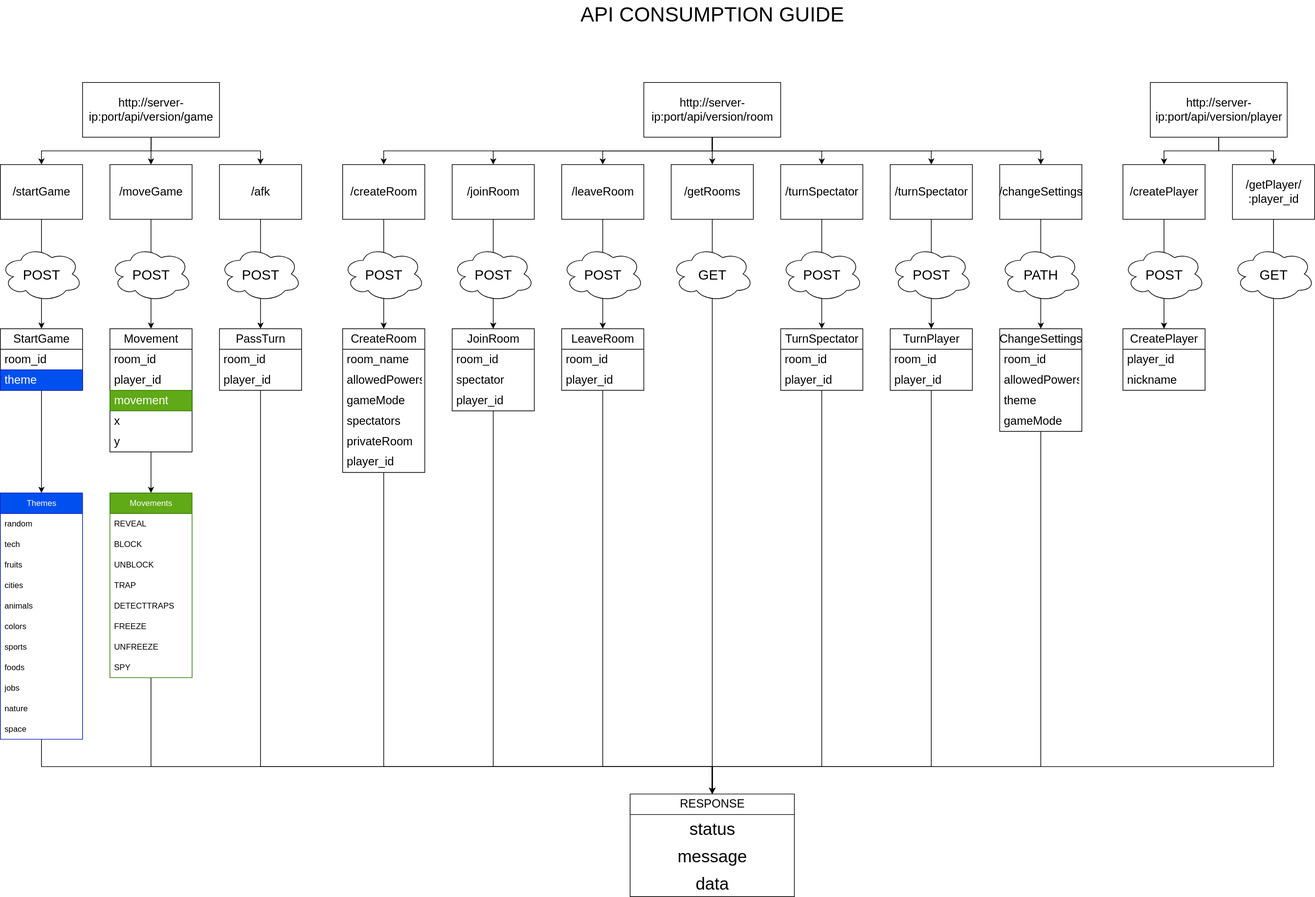
Earlier version of the draw.io export diagrams/ApiConsumptionGuide.drawio.svg (Zidan-09/Letra-a-Letra). Source tidied: cells renumbered, new cells last; positions are measured from the earlier drawing's top-left corner, leaving out a move shared by most shapes.
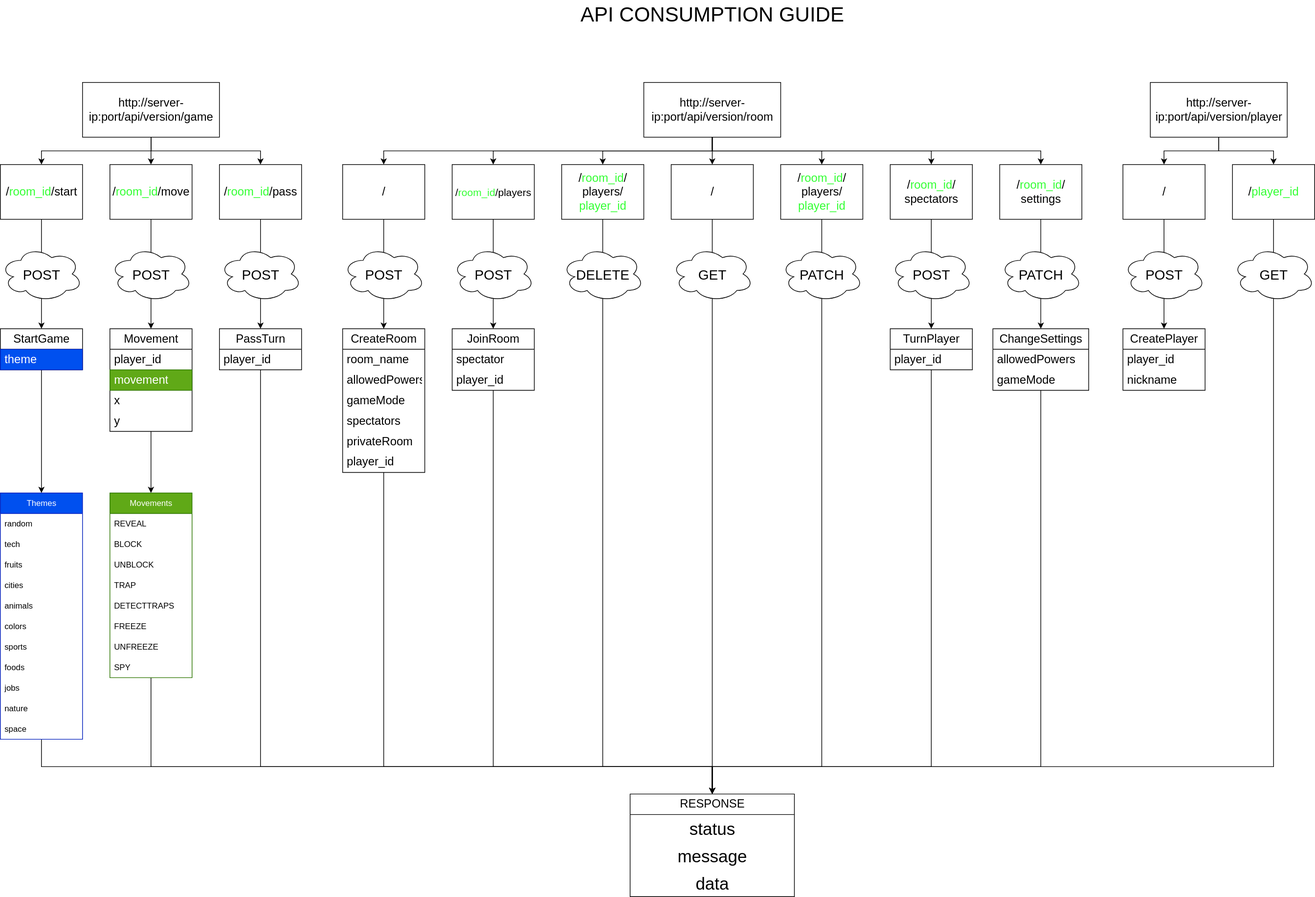
After the commit.

Commit message:
UPDATE - Updated diagram for new routes

The edit, as a diff of the source:
```diff
@@ -85,3 +85,3 @@
     </mxCell>
-    <mxCell id="19" value="&lt;span style=&quot;font-size: 17px;&quot;&gt;/startGame&lt;/span&gt;" style="rounded=0;whiteSpace=wrap;html=1;" parent="1" vertex="1">
+    <mxCell id="19" value="&lt;span style=&quot;font-size: 17px;&quot;&gt;/&lt;font style=&quot;color: rgb(51, 255, 51);&quot;&gt;room_id&lt;/font&gt;/start&lt;/span&gt;" style="rounded=0;whiteSpace=wrap;html=1;" parent="1" vertex="1">
       <mxGeometry y="240" width="120" height="80" as="geometry" />
@@ -91,3 +91,3 @@
     </mxCell>
-    <mxCell id="21" value="&lt;span style=&quot;font-size: 17px;&quot;&gt;/moveGame&lt;/span&gt;" style="rounded=0;whiteSpace=wrap;html=1;" parent="1" vertex="1">
+    <mxCell id="21" value="&lt;span style=&quot;font-size: 17px;&quot;&gt;/&lt;font style=&quot;color: rgb(51, 255, 51);&quot;&gt;room_id&lt;/font&gt;/move&lt;/span&gt;" style="rounded=0;whiteSpace=wrap;html=1;" parent="1" vertex="1">
       <mxGeometry x="160" y="240" width="120" height="80" as="geometry" />
@@ -97,3 +97,3 @@
     </mxCell>
-    <mxCell id="23" value="&lt;span style=&quot;font-size: 17px;&quot;&gt;/afk&lt;/span&gt;" style="rounded=0;whiteSpace=wrap;html=1;" parent="1" vertex="1">
+    <mxCell id="23" value="&lt;span style=&quot;font-size: 17px;&quot;&gt;/&lt;font style=&quot;color: rgb(51, 255, 51);&quot;&gt;room_id&lt;/font&gt;/pass&lt;/span&gt;" style="rounded=0;whiteSpace=wrap;html=1;" parent="1" vertex="1">
       <mxGeometry x="320" y="240" width="120" height="80" as="geometry" />
@@ -103,3 +103,3 @@
     </mxCell>
-    <mxCell id="25" value="&lt;span style=&quot;font-size: 17px;&quot;&gt;/createRoom&lt;/span&gt;" style="rounded=0;whiteSpace=wrap;html=1;" parent="1" vertex="1">
+    <mxCell id="25" value="&lt;span style=&quot;font-size: 17px;&quot;&gt;/&lt;/span&gt;" style="rounded=0;whiteSpace=wrap;html=1;" parent="1" vertex="1">
       <mxGeometry x="500" y="240" width="120" height="80" as="geometry" />
@@ -109,3 +109,3 @@
     </mxCell>
-    <mxCell id="27" value="&lt;span style=&quot;font-size: 17px;&quot;&gt;/joinRoom&lt;/span&gt;" style="rounded=0;whiteSpace=wrap;html=1;" parent="1" vertex="1">
+    <mxCell id="27" value="&lt;font style=&quot;font-size: 15px;&quot;&gt;/&lt;font style=&quot;color: rgb(51, 255, 51);&quot;&gt;room_id&lt;/font&gt;/players&lt;/font&gt;" style="rounded=0;whiteSpace=wrap;html=1;" parent="1" vertex="1">
       <mxGeometry x="660" y="240" width="120" height="80" as="geometry" />
@@ -115,9 +115,6 @@
     </mxCell>
-    <mxCell id="29" value="&lt;span style=&quot;font-size: 17px;&quot;&gt;/getRooms&lt;/span&gt;" style="rounded=0;whiteSpace=wrap;html=1;" parent="1" vertex="1">
+    <mxCell id="29" value="&lt;span style=&quot;font-size: 17px;&quot;&gt;/&lt;/span&gt;" style="rounded=0;whiteSpace=wrap;html=1;" parent="1" vertex="1">
       <mxGeometry x="980" y="240" width="120" height="80" as="geometry" />
     </mxCell>
-    <mxCell id="30" style="edgeStyle=orthogonalEdgeStyle;rounded=0;jettySize=auto;html=1;entryX=0.5;entryY=0;entryDx=0;entryDy=0;" parent="1" edge="1" source="31" target="71">
-      <mxGeometry relative="1" as="geometry" />
-    </mxCell>
-    <mxCell id="31" value="&lt;span style=&quot;font-size: 17px;&quot;&gt;/leaveRoom&lt;/span&gt;" style="rounded=0;whiteSpace=wrap;html=1;" parent="1" vertex="1">
+    <mxCell id="31" value="&lt;span style=&quot;font-size: 17px;&quot;&gt;/&lt;font style=&quot;color: rgb(51, 255, 51);&quot;&gt;room_id&lt;/font&gt;/&lt;/span&gt;&lt;div&gt;&lt;span style=&quot;font-size: 17px;&quot;&gt;players/&lt;/span&gt;&lt;/div&gt;&lt;div&gt;&lt;span style=&quot;font-size: 17px;&quot;&gt;&lt;font style=&quot;color: rgb(51, 255, 51);&quot;&gt;player_id&lt;/font&gt;&lt;/span&gt;&lt;/div&gt;" style="rounded=0;whiteSpace=wrap;html=1;" parent="1" vertex="1">
       <mxGeometry x="820" y="240" width="120" height="80" as="geometry" />
@@ -132,3 +129,3 @@
     </mxCell>
-    <mxCell id="33" value="&lt;span style=&quot;font-size: 17px;&quot;&gt;/getPlayer/ :player_id&lt;/span&gt;" style="rounded=0;whiteSpace=wrap;html=1;" parent="1" vertex="1">
+    <mxCell id="33" value="&lt;span style=&quot;font-size: 17px;&quot;&gt;/&lt;font style=&quot;color: rgb(51, 255, 51);&quot;&gt;player_id&lt;/font&gt;&lt;/span&gt;" style="rounded=0;whiteSpace=wrap;html=1;" parent="1" vertex="1">
       <mxGeometry x="1800" y="240" width="120" height="80" as="geometry" />
@@ -153,5 +150,2 @@
     </mxCell>
-    <mxCell id="40" value="&lt;font style=&quot;font-size: 20px;&quot;&gt;POST&lt;/font&gt;" style="ellipse;shape=cloud;whiteSpace=wrap;html=1;" parent="1" vertex="1">
-      <mxGeometry x="820" y="360" width="120" height="80" as="geometry" />
-    </mxCell>
     <mxCell id="41" value="&lt;font style=&quot;font-size: 20px;&quot;&gt;GET&lt;/font&gt;" style="ellipse;shape=cloud;whiteSpace=wrap;html=1;" parent="1" vertex="1">
@@ -163,9 +157,6 @@
     <mxCell id="43" value="StartGame" style="swimlane;fontStyle=0;horizontal=1;startSize=30;whiteSpace=wrap;html=1;fontSize=17;" parent="1" vertex="1">
-      <mxGeometry y="480" width="120" height="90" as="geometry" />
+      <mxGeometry y="480" width="120" height="60" as="geometry" />
     </mxCell>
-    <mxCell id="44" value="room_id" style="text;strokeColor=none;fillColor=none;align=left;verticalAlign=middle;spacingLeft=4;spacingRight=4;overflow=hidden;whiteSpace=wrap;html=1;fontSize=17;" parent="43" vertex="1">
-      <mxGeometry y="30" width="120" height="30" as="geometry" />
-    </mxCell>
     <mxCell id="45" value="theme" style="text;strokeColor=#001DBC;fillColor=#0050ef;align=left;verticalAlign=middle;spacingLeft=4;spacingRight=4;overflow=hidden;whiteSpace=wrap;html=1;fontSize=17;labelBackgroundColor=none;fontColor=#ffffff;" parent="43" vertex="1">
-      <mxGeometry y="60" width="120" height="30" as="geometry" />
+      <mxGeometry y="30" width="120" height="30" as="geometry" />
     </mxCell>
@@ -175,18 +166,15 @@
     <mxCell id="47" value="Movement" style="swimlane;fontStyle=0;horizontal=1;startSize=30;whiteSpace=wrap;html=1;fontSize=17;" parent="1" vertex="1">
-      <mxGeometry x="160" y="480" width="120" height="180" as="geometry" />
+      <mxGeometry x="160" y="480" width="120" height="150" as="geometry" />
     </mxCell>
-    <mxCell id="48" value="room_id" style="text;strokeColor=none;fillColor=none;align=left;verticalAlign=middle;spacingLeft=4;spacingRight=4;overflow=hidden;whiteSpace=wrap;html=1;fontSize=17;" parent="47" vertex="1">
-      <mxGeometry y="30" width="120" height="30" as="geometry" />
-    </mxCell>
     <mxCell id="49" value="player_id" style="text;strokeColor=none;fillColor=none;align=left;verticalAlign=middle;spacingLeft=4;spacingRight=4;overflow=hidden;whiteSpace=wrap;html=1;fontSize=17;" parent="47" vertex="1">
-      <mxGeometry y="60" width="120" height="30" as="geometry" />
+      <mxGeometry y="30" width="120" height="30" as="geometry" />
     </mxCell>
     <mxCell id="50" value="movement" style="text;strokeColor=#2D7600;fillColor=#60a917;align=left;verticalAlign=middle;spacingLeft=4;spacingRight=4;overflow=hidden;whiteSpace=wrap;html=1;fontSize=17;fontColor=#ffffff;" parent="47" vertex="1">
-      <mxGeometry y="90" width="120" height="30" as="geometry" />
+      <mxGeometry y="60" width="120" height="30" as="geometry" />
     </mxCell>
     <mxCell id="51" value="x" style="text;strokeColor=none;fillColor=none;align=left;verticalAlign=middle;spacingLeft=4;spacingRight=4;overflow=hidden;whiteSpace=wrap;html=1;fontSize=17;" parent="47" vertex="1">
-      <mxGeometry y="120" width="120" height="30" as="geometry" />
+      <mxGeometry y="90" width="120" height="30" as="geometry" />
     </mxCell>
     <mxCell id="52" value="y" style="text;strokeColor=none;fillColor=none;align=left;verticalAlign=middle;spacingLeft=4;spacingRight=4;overflow=hidden;whiteSpace=wrap;html=1;fontSize=17;" parent="47" vertex="1">
-      <mxGeometry y="150" width="120" height="30" as="geometry" />
+      <mxGeometry y="120" width="120" height="30" as="geometry" />
     </mxCell>
@@ -201,9 +189,6 @@
     <mxCell id="54" value="PassTurn" style="swimlane;fontStyle=0;horizontal=1;startSize=30;whiteSpace=wrap;html=1;fontSize=17;" parent="1" vertex="1">
-      <mxGeometry x="320" y="480" width="120" height="90" as="geometry" />
+      <mxGeometry x="320" y="480" width="120" height="60" as="geometry" />
     </mxCell>
-    <mxCell id="55" value="room_id" style="text;strokeColor=none;fillColor=none;align=left;verticalAlign=middle;spacingLeft=4;spacingRight=4;overflow=hidden;whiteSpace=wrap;html=1;fontSize=17;" parent="54" vertex="1">
-      <mxGeometry y="30" width="120" height="30" as="geometry" />
-    </mxCell>
     <mxCell id="56" value="player_id" style="text;strokeColor=none;fillColor=none;align=left;verticalAlign=middle;spacingLeft=4;spacingRight=4;overflow=hidden;whiteSpace=wrap;html=1;fontSize=17;" parent="54" vertex="1">
-      <mxGeometry y="60" width="120" height="30" as="geometry" />
+      <mxGeometry y="30" width="120" height="30" as="geometry" />
     </mxCell>
@@ -247,14 +232,11 @@
     <mxCell id="66" value="JoinRoom" style="swimlane;fontStyle=0;horizontal=1;startSize=30;whiteSpace=wrap;html=1;fontSize=17;" parent="1" vertex="1">
-      <mxGeometry x="660" y="480" width="120" height="120" as="geometry" />
+      <mxGeometry x="660" y="480" width="120" height="90" as="geometry" />
     </mxCell>
-    <mxCell id="67" value="room_id" style="text;strokeColor=none;fillColor=none;align=left;verticalAlign=middle;spacingLeft=4;spacingRight=4;overflow=hidden;whiteSpace=wrap;html=1;fontSize=17;" parent="66" vertex="1">
-      <mxGeometry y="30" width="120" height="30" as="geometry" />
-    </mxCell>
     <mxCell id="68" value="spectator" style="text;strokeColor=none;fillColor=none;align=left;verticalAlign=middle;spacingLeft=4;spacingRight=4;overflow=hidden;whiteSpace=wrap;html=1;fontSize=17;" parent="66" vertex="1">
-      <mxGeometry y="60" width="120" height="30" as="geometry" />
+      <mxGeometry y="30" width="120" height="30" as="geometry" />
     </mxCell>
     <mxCell id="69" value="player_id" style="text;strokeColor=none;fillColor=none;align=left;verticalAlign=middle;spacingLeft=4;spacingRight=4;overflow=hidden;whiteSpace=wrap;html=1;fontSize=17;" parent="66" vertex="1">
-      <mxGeometry y="90" width="120" height="30" as="geometry" />
+      <mxGeometry y="60" width="120" height="30" as="geometry" />
     </mxCell>
-    <mxCell id="70" style="edgeStyle=orthogonalEdgeStyle;rounded=0;jettySize=auto;html=1;entryX=0.5;entryY=0;entryDx=0;entryDy=0;" parent="1" edge="1" source="71" target="97">
+    <mxCell id="70" style="edgeStyle=orthogonalEdgeStyle;rounded=0;jettySize=auto;html=1;entryX=0.5;entryY=0;entryDx=0;entryDy=0;exitX=0.5;exitY=1;exitDx=0;exitDy=0;" parent="1" edge="1" source="31" target="97">
       <mxGeometry relative="1" as="geometry">
@@ -266,11 +248,2 @@
     </mxCell>
-    <mxCell id="71" value="LeaveRoom" style="swimlane;fontStyle=0;horizontal=1;startSize=30;whiteSpace=wrap;html=1;fontSize=17;" parent="1" vertex="1">
-      <mxGeometry x="820" y="480" width="120" height="90" as="geometry" />
-    </mxCell>
-    <mxCell id="72" value="room_id" style="text;strokeColor=none;fillColor=none;align=left;verticalAlign=middle;spacingLeft=4;spacingRight=4;overflow=hidden;whiteSpace=wrap;html=1;fontSize=17;" parent="71" vertex="1">
-      <mxGeometry y="30" width="120" height="30" as="geometry" />
-    </mxCell>
-    <mxCell id="73" value="player_id" style="text;strokeColor=none;fillColor=none;align=left;verticalAlign=middle;spacingLeft=4;spacingRight=4;overflow=hidden;whiteSpace=wrap;html=1;fontSize=17;" parent="71" vertex="1">
-      <mxGeometry y="60" width="120" height="30" as="geometry" />
-    </mxCell>
     <mxCell id="74" style="edgeStyle=orthogonalEdgeStyle;rounded=0;jettySize=auto;html=1;entryX=0.5;entryY=0;entryDx=0;entryDy=0;" parent="1" edge="1" source="75" target="97">
@@ -366,3 +339,3 @@
     </mxCell>
-    <mxCell id="101" style="edgeStyle=orthogonalEdgeStyle;rounded=0;jettySize=auto;html=1;entryX=0.5;entryY=0;entryDx=0;entryDy=0;" parent="1" edge="1" source="102" target="97">
+    <mxCell id="101" style="edgeStyle=orthogonalEdgeStyle;rounded=0;jettySize=auto;html=1;entryX=0.5;entryY=0;entryDx=0;entryDy=0;exitX=0.5;exitY=1;exitDx=0;exitDy=0;" parent="1" edge="1" source="106" target="97">
       <mxGeometry relative="1" as="geometry">
@@ -374,18 +347,6 @@
     </mxCell>
-    <mxCell id="102" value="TurnSpectator" style="swimlane;fontStyle=0;horizontal=1;startSize=30;whiteSpace=wrap;html=1;fontSize=17;" parent="1" vertex="1">
-      <mxGeometry x="1140" y="480" width="120" height="90" as="geometry" />
-    </mxCell>
-    <mxCell id="103" value="room_id" style="text;strokeColor=none;fillColor=none;align=left;verticalAlign=middle;spacingLeft=4;spacingRight=4;overflow=hidden;whiteSpace=wrap;html=1;fontSize=17;" parent="102" vertex="1">
-      <mxGeometry y="30" width="120" height="30" as="geometry" />
-    </mxCell>
-    <mxCell id="104" value="player_id" style="text;strokeColor=none;fillColor=none;align=left;verticalAlign=middle;spacingLeft=4;spacingRight=4;overflow=hidden;whiteSpace=wrap;html=1;fontSize=17;" parent="102" vertex="1">
-      <mxGeometry y="60" width="120" height="30" as="geometry" />
-    </mxCell>
-    <mxCell id="105" style="edgeStyle=orthogonalEdgeStyle;rounded=0;jettySize=auto;html=1;entryX=0.5;entryY=0;entryDx=0;entryDy=0;" parent="1" edge="1" source="106" target="102">
-      <mxGeometry relative="1" as="geometry" />
-    </mxCell>
-    <mxCell id="106" value="&lt;span style=&quot;font-size: 17px;&quot;&gt;/turnSpectator&lt;/span&gt;" style="rounded=0;whiteSpace=wrap;html=1;" parent="1" vertex="1">
+    <mxCell id="106" value="&lt;span style=&quot;font-size: 17px;&quot;&gt;/&lt;font style=&quot;color: rgb(51, 255, 51);&quot;&gt;room_id&lt;/font&gt;/&lt;/span&gt;&lt;div&gt;&lt;span style=&quot;font-size: 17px;&quot;&gt;players/&lt;/span&gt;&lt;/div&gt;&lt;div&gt;&lt;span style=&quot;font-size: 17px;&quot;&gt;&lt;font style=&quot;color: rgb(51, 255, 51);&quot;&gt;player_id&lt;/font&gt;&lt;/span&gt;&lt;/div&gt;" style="rounded=0;whiteSpace=wrap;html=1;" parent="1" vertex="1">
       <mxGeometry x="1140" y="240" width="120" height="80" as="geometry" />
     </mxCell>
-    <mxCell id="107" value="&lt;font style=&quot;font-size: 20px;&quot;&gt;POST&lt;/font&gt;" style="ellipse;shape=cloud;whiteSpace=wrap;html=1;" parent="1" vertex="1">
+    <mxCell id="107" value="&lt;font style=&quot;font-size: 20px;&quot;&gt;PATCH&lt;/font&gt;" style="ellipse;shape=cloud;whiteSpace=wrap;html=1;" parent="1" vertex="1">
       <mxGeometry x="1140" y="360" width="120" height="80" as="geometry" />
@@ -395,3 +356,3 @@
     </mxCell>
-    <mxCell id="109" value="&lt;span style=&quot;font-size: 17px;&quot;&gt;/turnSpectator&lt;/span&gt;" style="rounded=0;whiteSpace=wrap;html=1;" parent="1" vertex="1">
+    <mxCell id="109" value="&lt;span style=&quot;font-size: 17px;&quot;&gt;/&lt;font style=&quot;color: rgb(51, 255, 51);&quot;&gt;room_id&lt;/font&gt;/&lt;/span&gt;&lt;div&gt;&lt;span style=&quot;font-size: 17px;&quot;&gt;spectators&lt;/span&gt;&lt;/div&gt;" style="rounded=0;whiteSpace=wrap;html=1;" parent="1" vertex="1">
       <mxGeometry x="1300" y="240" width="120" height="80" as="geometry" />
@@ -407,9 +368,6 @@
     <mxCell id="111" value="TurnPlayer" style="swimlane;fontStyle=0;horizontal=1;startSize=30;whiteSpace=wrap;html=1;fontSize=17;" parent="1" vertex="1">
-      <mxGeometry x="1300" y="480" width="120" height="90" as="geometry" />
+      <mxGeometry x="1300" y="480" width="120" height="60" as="geometry" />
     </mxCell>
-    <mxCell id="112" value="room_id" style="text;strokeColor=none;fillColor=none;align=left;verticalAlign=middle;spacingLeft=4;spacingRight=4;overflow=hidden;whiteSpace=wrap;html=1;fontSize=17;" parent="111" vertex="1">
-      <mxGeometry y="30" width="120" height="30" as="geometry" />
-    </mxCell>
     <mxCell id="113" value="player_id" style="text;strokeColor=none;fillColor=none;align=left;verticalAlign=middle;spacingLeft=4;spacingRight=4;overflow=hidden;whiteSpace=wrap;html=1;fontSize=17;" parent="111" vertex="1">
-      <mxGeometry y="60" width="120" height="30" as="geometry" />
+      <mxGeometry y="30" width="120" height="30" as="geometry" />
     </mxCell>
@@ -421,3 +379,3 @@
     </mxCell>
-    <mxCell id="116" value="&lt;span style=&quot;font-size: 17px;&quot;&gt;/changeSettings&lt;/span&gt;" style="rounded=0;whiteSpace=wrap;html=1;" parent="1" vertex="1">
+    <mxCell id="116" value="&lt;span style=&quot;font-size: 17px;&quot;&gt;/&lt;font style=&quot;color: rgb(51, 255, 51);&quot;&gt;room_id&lt;/font&gt;/&lt;/span&gt;&lt;div&gt;&lt;span style=&quot;font-size: 17px;&quot;&gt;settings&lt;/span&gt;&lt;/div&gt;" style="rounded=0;whiteSpace=wrap;html=1;" parent="1" vertex="1">
       <mxGeometry x="1460" y="240" width="120" height="80" as="geometry" />
@@ -433,17 +391,11 @@
     <mxCell id="118" value="ChangeSettings" style="swimlane;fontStyle=0;horizontal=1;startSize=30;whiteSpace=wrap;html=1;fontSize=17;" parent="1" vertex="1">
-      <mxGeometry x="1460" y="480" width="120" height="150" as="geometry" />
+      <mxGeometry x="1450" y="480" width="140" height="90" as="geometry" />
     </mxCell>
-    <mxCell id="119" value="room_id" style="text;strokeColor=none;fillColor=none;align=left;verticalAlign=middle;spacingLeft=4;spacingRight=4;overflow=hidden;whiteSpace=wrap;html=1;fontSize=17;" parent="118" vertex="1">
-      <mxGeometry y="30" width="120" height="30" as="geometry" />
-    </mxCell>
     <mxCell id="120" value="allowedPowers" style="text;strokeColor=none;fillColor=none;align=left;verticalAlign=middle;spacingLeft=4;spacingRight=4;overflow=hidden;whiteSpace=wrap;html=1;fontSize=17;" parent="118" vertex="1">
-      <mxGeometry y="60" width="120" height="30" as="geometry" />
+      <mxGeometry y="30" width="140" height="30" as="geometry" />
     </mxCell>
-    <mxCell id="121" value="theme" style="text;strokeColor=none;fillColor=none;align=left;verticalAlign=middle;spacingLeft=4;spacingRight=4;overflow=hidden;whiteSpace=wrap;html=1;fontSize=17;" parent="118" vertex="1">
-      <mxGeometry y="90" width="120" height="30" as="geometry" />
-    </mxCell>
     <mxCell id="122" value="gameMode" style="text;strokeColor=none;fillColor=none;align=left;verticalAlign=middle;spacingLeft=4;spacingRight=4;overflow=hidden;whiteSpace=wrap;html=1;fontSize=17;" parent="118" vertex="1">
-      <mxGeometry y="120" width="120" height="30" as="geometry" />
+      <mxGeometry y="60" width="140" height="30" as="geometry" />
     </mxCell>
-    <mxCell id="123" value="&lt;font style=&quot;font-size: 20px;&quot;&gt;PATH&lt;/font&gt;" style="ellipse;shape=cloud;whiteSpace=wrap;html=1;" parent="1" vertex="1">
+    <mxCell id="123" value="&lt;font style=&quot;font-size: 20px;&quot;&gt;PATCH&lt;/font&gt;" style="ellipse;shape=cloud;whiteSpace=wrap;html=1;" parent="1" vertex="1">
       <mxGeometry x="1460" y="360" width="120" height="80" as="geometry" />
@@ -453,3 +405,3 @@
     </mxCell>
-    <mxCell id="125" value="&lt;span style=&quot;font-size: 17px;&quot;&gt;/createPlayer&lt;/span&gt;" style="rounded=0;whiteSpace=wrap;html=1;" parent="1" vertex="1">
+    <mxCell id="125" value="&lt;span style=&quot;font-size: 17px;&quot;&gt;/&lt;/span&gt;" style="rounded=0;whiteSpace=wrap;html=1;" parent="1" vertex="1">
       <mxGeometry x="1640" y="240" width="120" height="80" as="geometry" />
@@ -468,2 +420,5 @@
     </mxCell>
+    <mxCell id="40" value="&lt;font style=&quot;font-size: 20px;&quot;&gt;DELETE&lt;/font&gt;" style="ellipse;shape=cloud;whiteSpace=wrap;html=1;" parent="1" vertex="1">
+      <mxGeometry x="820" y="360" width="120" height="80" as="geometry" />
+    </mxCell>
   </root>
```
